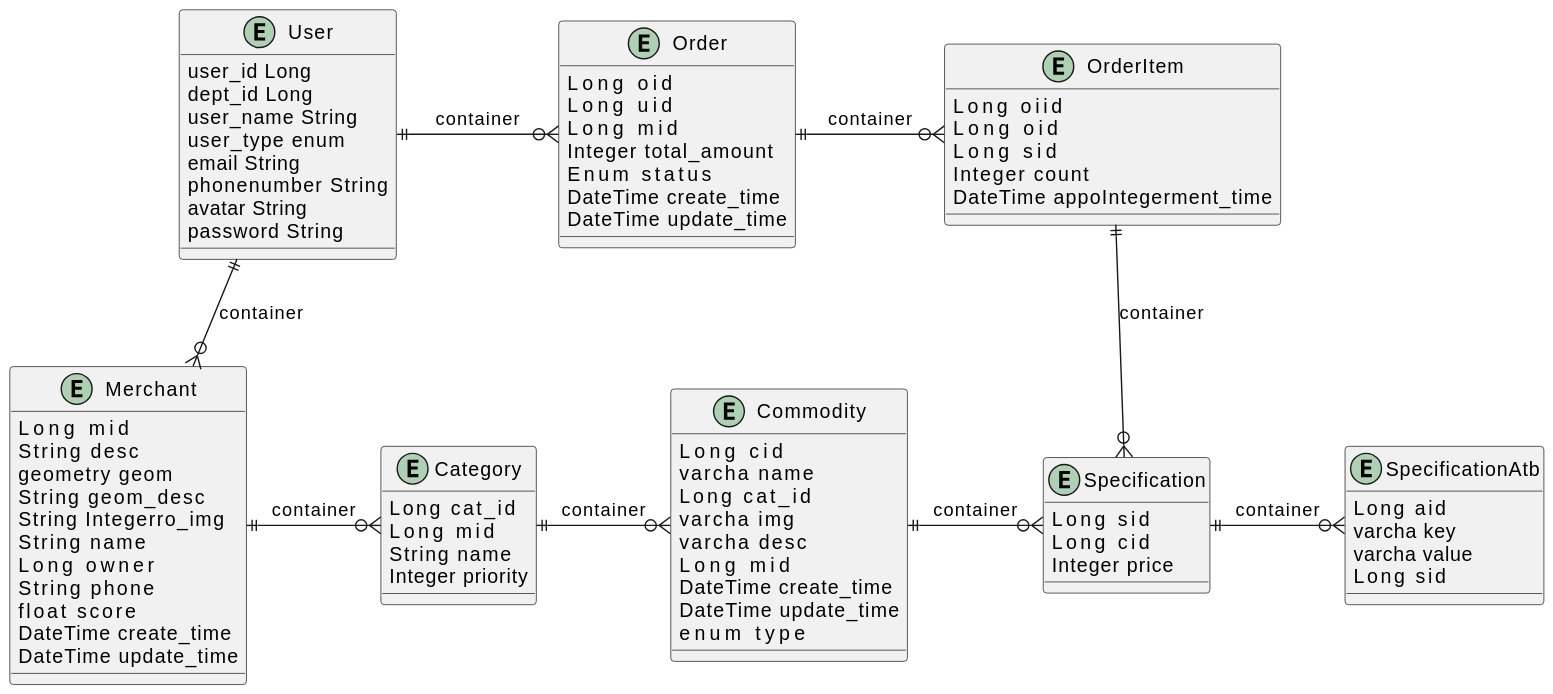
qumn/LocalBiz keeps this PlantUML diagram as slidev/local_biz/public/lb-er.svg. Above is the earlier version.
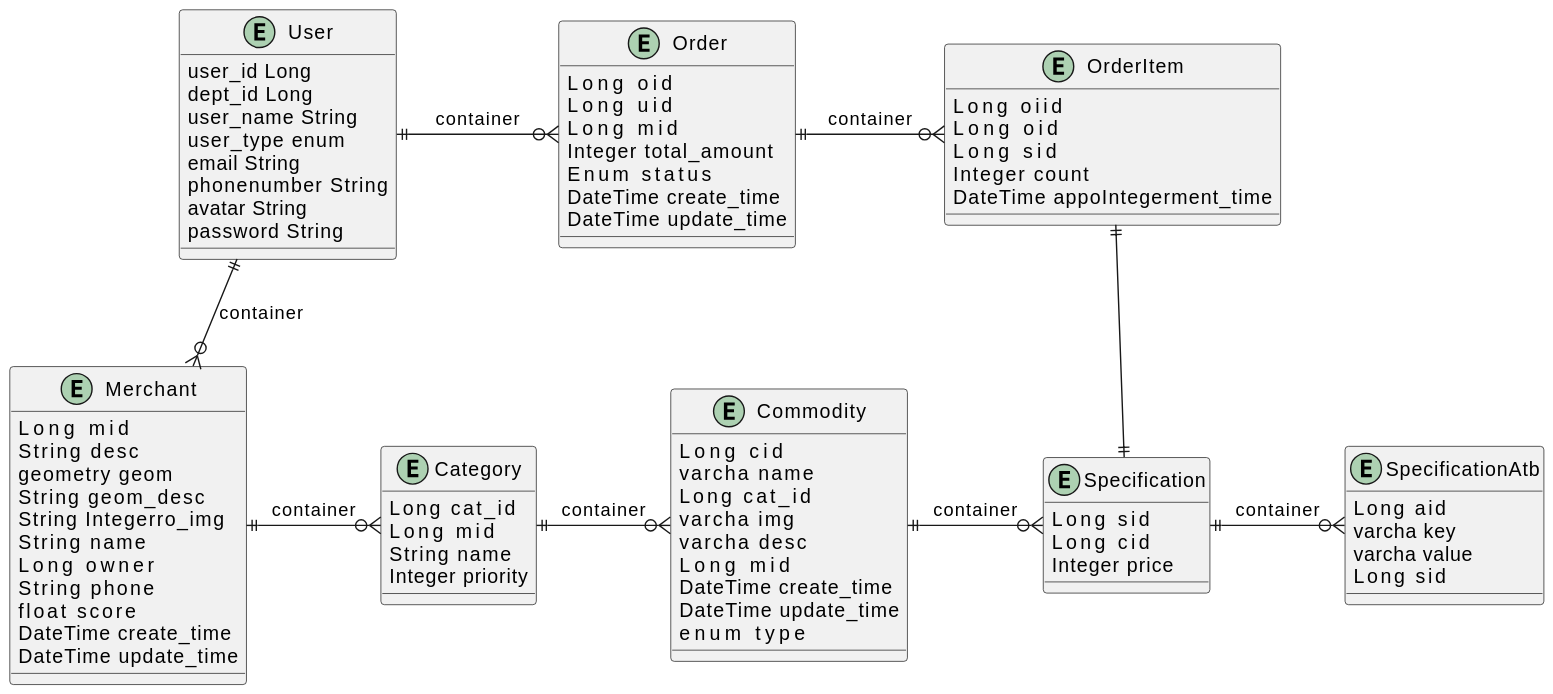
After the change.

Change to the diagram source:
```diff
@@ -81,5 +81,5 @@
     Commodity ||-right-o{ Specification : container
     Specification ||-right-o{ SpecificationAtb : container
     Order ||-right-o{ OrderItem : container
-    OrderItem ||--o{ Specification : container
+    OrderItem ||--|| Specification
 @enduml
```
